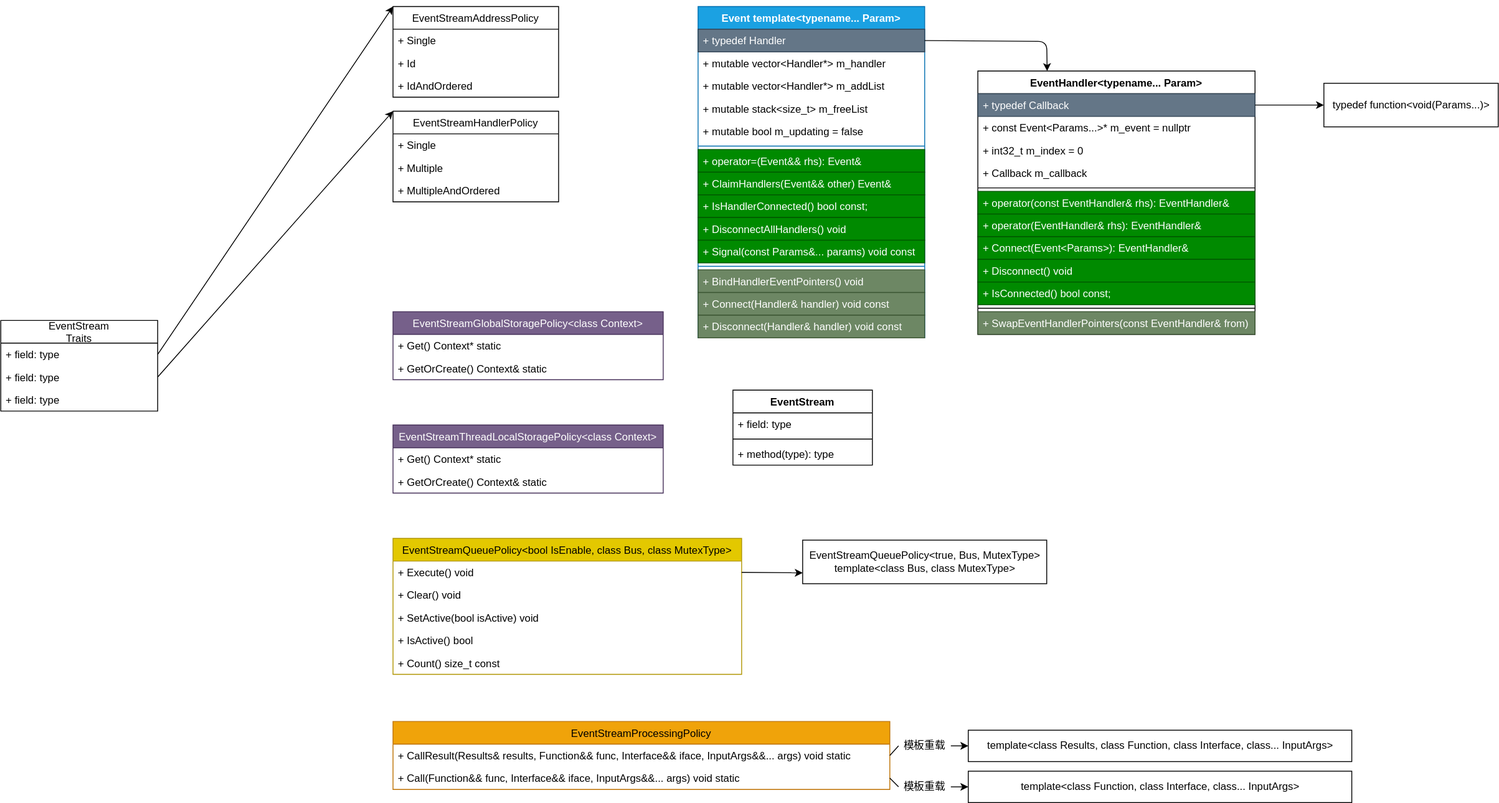
yamakiller/velcro-framework keeps this draw.io diagram as core/core/events/event_stream.drawio.svg. Above is the earlier version. Source tidied: cells renumbered, new cells last; positions are measured from the earlier drawing's top-left corner, leaving out a move shared by most shapes.
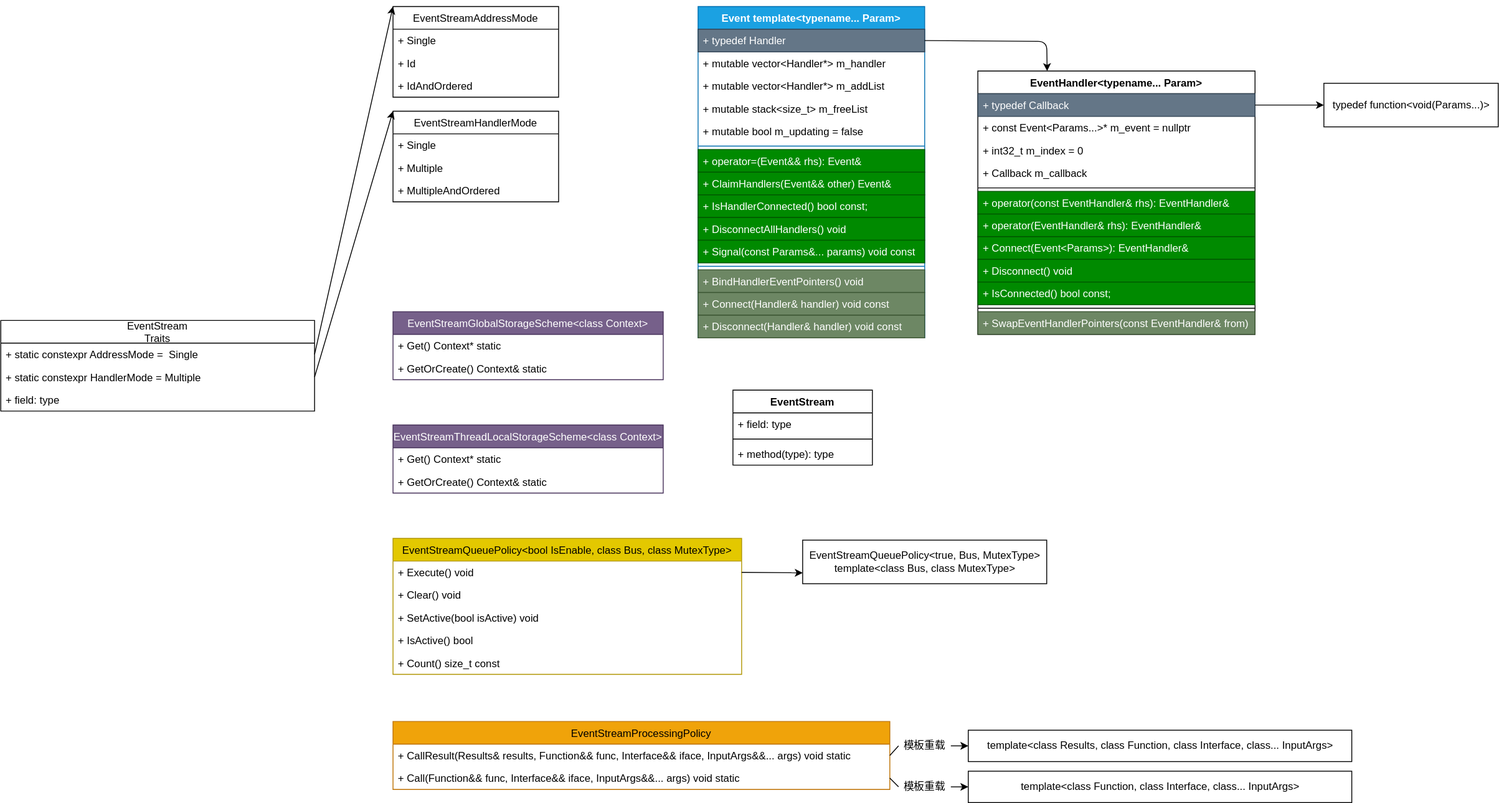
Later version of the same file.

Commit message:
事件流系统

The edit, as a diff of the source:
```diff
@@ -114,7 +114,7 @@
     <mxCell id="37" style="edgeStyle=none;html=1;exitX=1;exitY=0.5;exitDx=0;exitDy=0;entryX=0;entryY=0.5;entryDx=0;entryDy=0;" parent="1" edge="1" source="24" target="36">
       <mxGeometry relative="1" as="geometry" />
     </mxCell>
-    <mxCell id="38" value="EventStreamAddressPolicy" style="swimlane;fontStyle=0;horizontal=1;startSize=26;fillColor=none;" parent="1" vertex="1">
+    <mxCell id="38" value="EventStreamAddressMode" style="swimlane;fontStyle=0;horizontal=1;startSize=26;fillColor=none;" parent="1" vertex="1">
       <mxGeometry x="450" width="190" height="104" as="geometry" />
     </mxCell>
     <mxCell id="39" value="+ Single" style="text;strokeColor=none;fillColor=none;align=left;verticalAlign=top;spacingLeft=4;spacingRight=4;overflow=hidden;" parent="38" vertex="1">
@@ -126,7 +126,7 @@
     <mxCell id="41" value="+ IdAndOrdered" style="text;strokeColor=none;fillColor=none;align=left;verticalAlign=top;spacingLeft=4;spacingRight=4;overflow=hidden;" parent="38" vertex="1">
       <mxGeometry y="78" width="190" height="26" as="geometry" />
     </mxCell>
-    <mxCell id="42" value="EventStreamHandlerPolicy" style="swimlane;fontStyle=0;horizontal=1;startSize=26;fillColor=none;" parent="1" vertex="1">
+    <mxCell id="42" value="EventStreamHandlerMode" style="swimlane;fontStyle=0;horizontal=1;startSize=26;fillColor=none;" parent="1" vertex="1">
       <mxGeometry x="450" y="120" width="190" height="104" as="geometry" />
     </mxCell>
     <mxCell id="43" value="+ Single" style="text;strokeColor=none;fillColor=none;align=left;verticalAlign=top;spacingLeft=4;spacingRight=4;overflow=hidden;" parent="42" vertex="1">
@@ -138,7 +138,7 @@
     <mxCell id="45" value="+ MultipleAndOrdered" style="text;strokeColor=none;fillColor=none;align=left;verticalAlign=top;spacingLeft=4;spacingRight=4;overflow=hidden;" parent="42" vertex="1">
       <mxGeometry y="78" width="190" height="26" as="geometry" />
     </mxCell>
-    <mxCell id="46" value="EventStreamGlobalStoragePolicy&lt;class Context&gt;" style="swimlane;fontStyle=0;horizontal=1;startSize=26;fillColor=#76608a;fontColor=#ffffff;strokeColor=#432D57;" parent="1" vertex="1">
+    <mxCell id="46" value="EventStreamGlobalStorageScheme&lt;class Context&gt;" style="swimlane;fontStyle=0;horizontal=1;startSize=26;fillColor=#76608a;fontColor=#ffffff;strokeColor=#432D57;" parent="1" vertex="1">
       <mxGeometry x="450" y="350" width="310" height="78" as="geometry" />
     </mxCell>
     <mxCell id="47" value="+ Get() Context* static" style="text;strokeColor=none;fillColor=none;align=left;verticalAlign=top;spacingLeft=4;spacingRight=4;overflow=hidden;" parent="46" vertex="1">
@@ -147,7 +147,7 @@
     <mxCell id="48" value="+ GetOrCreate() Context&amp; static" style="text;strokeColor=none;fillColor=none;align=left;verticalAlign=top;spacingLeft=4;spacingRight=4;overflow=hidden;" parent="46" vertex="1">
       <mxGeometry y="52" width="310" height="26" as="geometry" />
     </mxCell>
-    <mxCell id="49" value="EventStreamThreadLocalStoragePolicy&lt;class Context&gt;" style="swimlane;fontStyle=0;horizontal=1;startSize=26;fillColor=#76608a;fontColor=#ffffff;strokeColor=#432D57;" parent="1" vertex="1">
+    <mxCell id="49" value="EventStreamThreadLocalStorageScheme&lt;class Context&gt;" style="swimlane;fontStyle=0;horizontal=1;startSize=26;fillColor=#76608a;fontColor=#ffffff;strokeColor=#432D57;" parent="1" vertex="1">
       <mxGeometry x="450" y="480" width="310" height="78" as="geometry" />
     </mxCell>
     <mxCell id="50" value="+ Get() Context* static" style="text;strokeColor=none;fillColor=none;align=left;verticalAlign=top;spacingLeft=4;spacingRight=4;overflow=hidden;" parent="49" vertex="1">
@@ -214,16 +214,16 @@
       <mxGeometry x="1030" y="880" width="60" height="30" as="geometry" />
     </mxCell>
     <mxCell id="71" value="EventStream&#10;Traits" style="swimlane;fontStyle=0;horizontal=1;startSize=26;fillColor=none;" parent="1" vertex="1">
-      <mxGeometry y="360" width="180" height="104" as="geometry" />
+      <mxGeometry y="360" width="360" height="104" as="geometry" />
     </mxCell>
-    <mxCell id="72" value="+ field: type" style="text;strokeColor=none;fillColor=none;align=left;verticalAlign=top;spacingLeft=4;spacingRight=4;overflow=hidden;points=[[0,0.5],[1,0.5]];portConstraint=eastwest;" parent="71" vertex="1">
-      <mxGeometry y="26" width="180" height="26" as="geometry" />
+    <mxCell id="72" value="+ static constexpr AddressMode =  Single" style="text;strokeColor=none;fillColor=none;align=left;verticalAlign=top;spacingLeft=4;spacingRight=4;overflow=hidden;points=[[0,0.5],[1,0.5]];portConstraint=eastwest;" parent="71" vertex="1">
+      <mxGeometry y="26" width="360" height="26" as="geometry" />
     </mxCell>
-    <mxCell id="73" value="+ field: type" style="text;strokeColor=none;fillColor=none;align=left;verticalAlign=top;spacingLeft=4;spacingRight=4;overflow=hidden;points=[[0,0.5],[1,0.5]];portConstraint=eastwest;" parent="71" vertex="1">
-      <mxGeometry y="52" width="180" height="26" as="geometry" />
+    <mxCell id="73" value="+ static constexpr HandlerMode = Multiple" style="text;strokeColor=none;fillColor=none;align=left;verticalAlign=top;spacingLeft=4;spacingRight=4;overflow=hidden;points=[[0,0.5],[1,0.5]];portConstraint=eastwest;" parent="71" vertex="1">
+      <mxGeometry y="52" width="360" height="26" as="geometry" />
     </mxCell>
     <mxCell id="74" value="+ field: type" style="text;strokeColor=none;fillColor=none;align=left;verticalAlign=top;spacingLeft=4;spacingRight=4;overflow=hidden;" parent="71" vertex="1">
-      <mxGeometry y="78" width="180" height="26" as="geometry" />
+      <mxGeometry y="78" width="360" height="26" as="geometry" />
     </mxCell>
     <mxCell id="75" style="edgeStyle=none;html=1;exitX=1;exitY=0.5;exitDx=0;exitDy=0;entryX=0;entryY=0;entryDx=0;entryDy=0;" parent="1" edge="1" source="72" target="38">
       <mxGeometry relative="1" as="geometry" />
```
